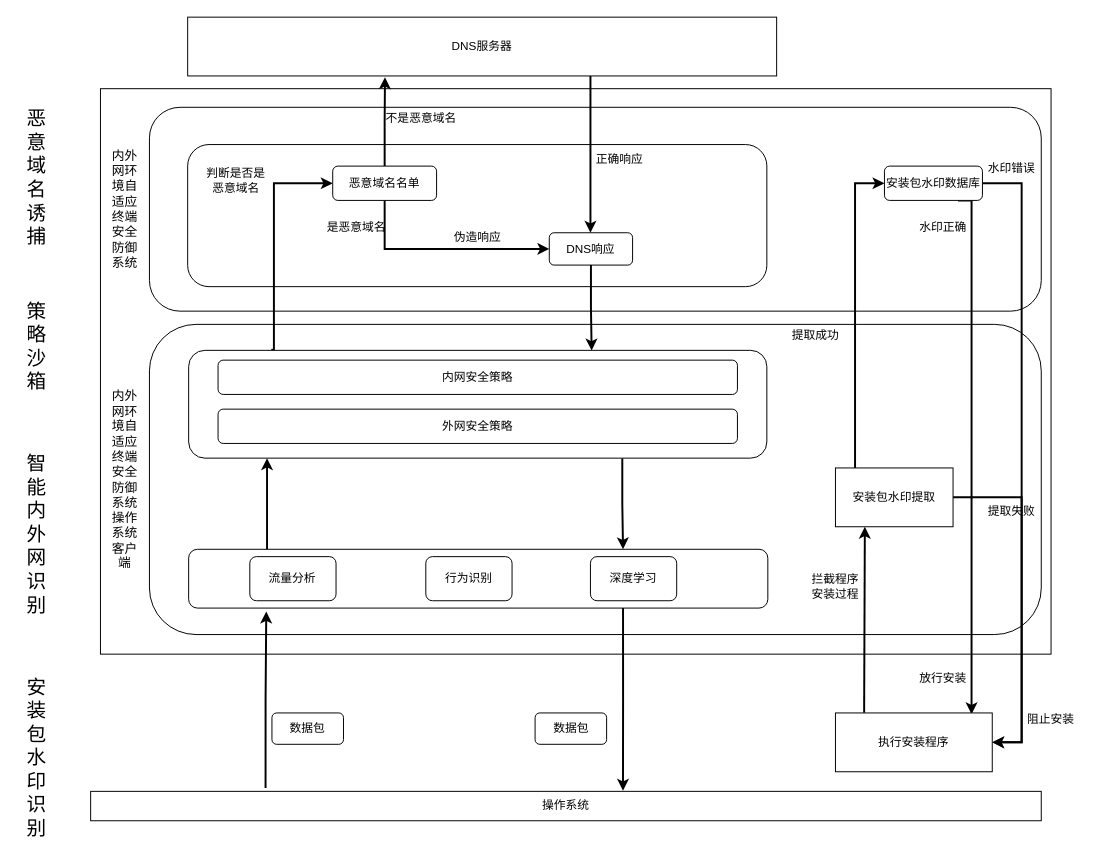
raingnight/Blog_Pic keeps this draw.io diagram as page "第 7 页" (7 of 7) of drawio/dns-windows-model.drawio. Above is the earlier version. Source tidied: cells renumbered, new cells numbered last; positions are measured from the earlier drawing's top-left corner, leaving out a move shared by most shapes. Both pictures are drawn from the tidied source at 98%, with x=0, y=0 at pixel (17, 17).
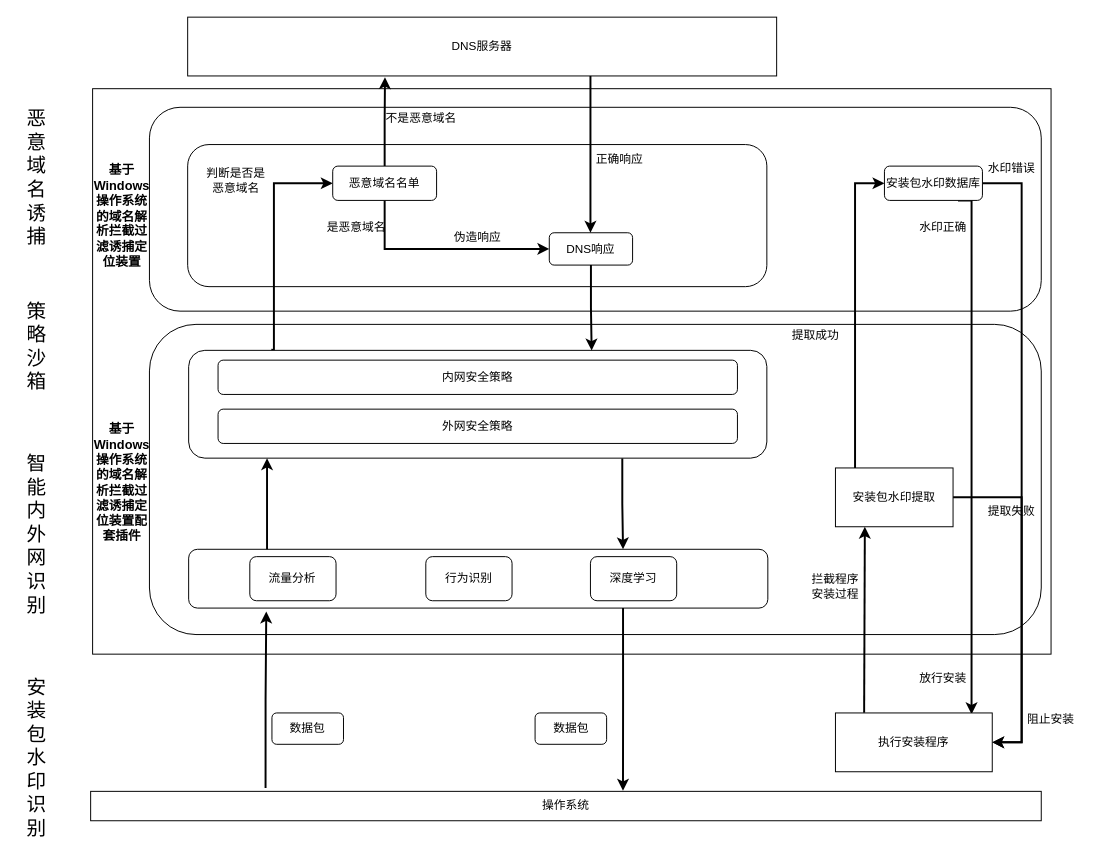
After the change.

Change to the diagram source:
```diff
@@
     <mxCell id="2" style="rounded=0;whiteSpace=wrap;html=1;" parent="1" vertex="1">
-      <mxGeometry x="85" y="73" width="970" height="577" as="geometry" />
+      <mxGeometry x="77" y="73" width="978" height="577" as="geometry" />
     </mxCell>
@@
-    <mxCell id="52" value="内外网环境自适应终端安全防御系统" style="text;html=1;align=center;verticalAlign=middle;whiteSpace=wrap;rounded=0;fontSize=13;" parent="1" vertex="1">
-      <mxGeometry x="95" y="106" width="30" height="180" as="geometry" />
+    <mxCell id="52" value="基于Windows操作系统的域名解析拦截过滤诱捕定位装置" style="text;html=1;align=center;verticalAlign=middle;whiteSpace=wrap;rounded=0;fontSize=13;fontStyle=1;" parent="1" vertex="1">
+      <mxGeometry x="92" y="112.5" width="30" height="180" as="geometry" />
     </mxCell>
-    <mxCell id="53" value="内外网环境自适应终端安全防御系统操作系统客户端" style="text;html=1;align=center;verticalAlign=middle;whiteSpace=wrap;rounded=0;fontSize=13;" parent="1" vertex="1">
-      <mxGeometry x="95" y="381.8" width="30" height="180" as="geometry" />
+    <mxCell id="53" value="基于Windows操作系统的域名解析拦截过滤诱捕定位装置配套插件" style="text;html=1;align=center;verticalAlign=middle;whiteSpace=wrap;rounded=0;fontSize=13;fontStyle=1;" parent="1" vertex="1">
+      <mxGeometry x="92" y="374" width="30" height="201.2" as="geometry" />
     </mxCell>
```
